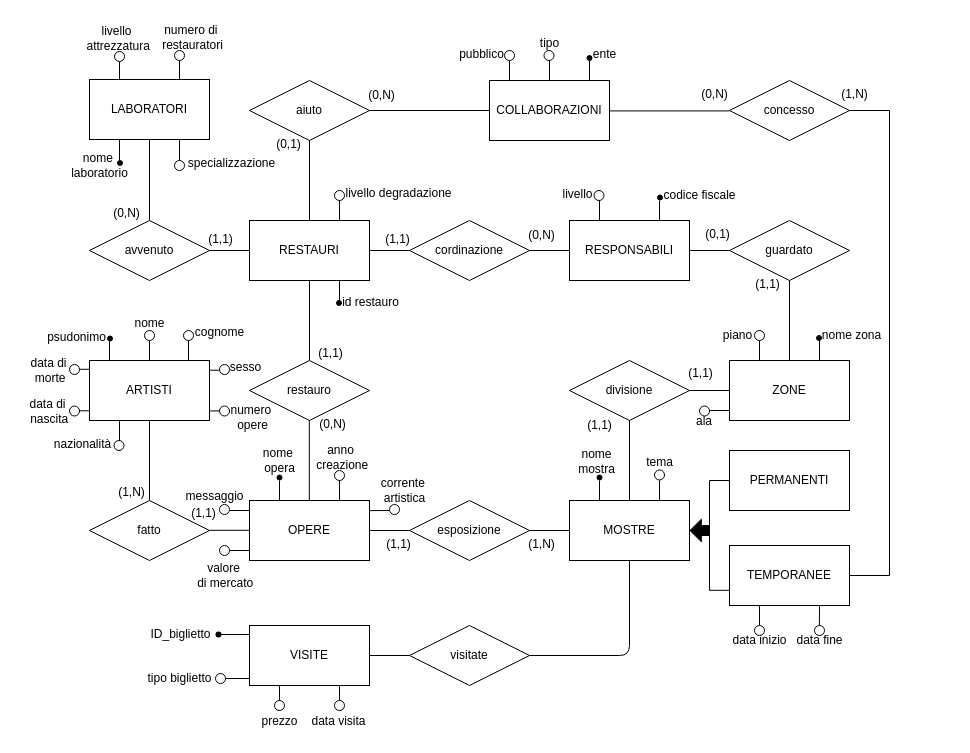
Above: doc/Museo.drawio in ColdBerri/Database-Unipd-2025 (draw.io), before the change. Source tidied: cells renumbered, new cells numbered last; positions are measured from the earlier drawing's top-left corner, leaving out a move shared by most shapes. Both pictures are drawn from the tidied source at 100%, with x=0, y=0 at pixel (17, 17).
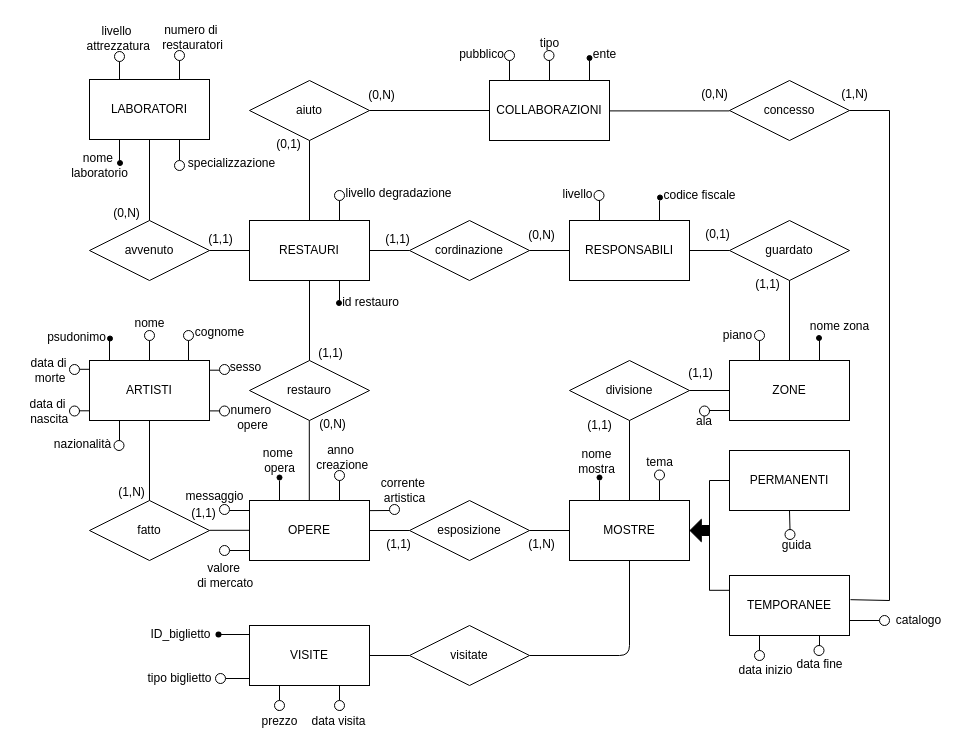
Above is the later version.

Diff of the diagram source:
```diff
@@
     <mxCell id="21" value="TEMPORANEE" style="rounded=0;whiteSpace=wrap;html=1;" parent="1" vertex="1">
-      <mxGeometry x="712" y="528" width="120" height="60" as="geometry" />
+      <mxGeometry x="712" y="558" width="120" height="60" as="geometry" />
     </mxCell>
@@
-    <mxCell id="52" style="endArrow=none;html=1;rounded=0;" parent="1" edge="1">
-      <mxGeometry relative="1" as="geometry">
-        <mxPoint x="832" y="558" as="sourcePoint" />
-        <mxPoint x="872" y="558" as="targetPoint" />
-      </mxGeometry>
-    </mxCell>
     <mxCell id="53" style="endArrow=none;html=1;rounded=0;" parent="1" edge="1">
       <mxGeometry relative="1" as="geometry">
-        <mxPoint x="872" y="558" as="sourcePoint" />
+        <mxPoint x="872" y="583" as="sourcePoint" />
         <mxPoint x="872" y="93" as="targetPoint" />
       </mxGeometry>
     </mxCell>
@@
     <mxCell id="57" value="nome zona" style="text;html=1;align=center;verticalAlign=middle;strokeColor=none;fillColor=none;" parent="1" vertex="1">
-      <mxGeometry x="794" y="303" width="80" height="30" as="geometry" />
+      <mxGeometry x="782" y="293.5" width="80" height="30" as="geometry" />
     </mxCell>
@@
     <mxCell id="59" value="data inizio" style="text;html=1;align=center;verticalAlign=middle;strokeColor=none;fillColor=none;" parent="1" vertex="1">
-      <mxGeometry x="702" y="608" width="80" height="30" as="geometry" />
+      <mxGeometry x="708" y="638" width="80" height="30" as="geometry" />
     </mxCell>
     <mxCell id="60" value="data fine" style="text;html=1;align=center;verticalAlign=middle;strokeColor=none;fillColor=none;" parent="1" vertex="1">
-      <mxGeometry x="767" y="608" width="70" height="30" as="geometry" />
+      <mxGeometry x="766.5" y="632" width="70" height="30" as="geometry" />
     </mxCell>
@@
-    <mxCell id="89" style="endArrow=none;html=1;rounded=0;" parent="1" edge="1">
+    <mxCell id="89" style="endArrow=none;html=1;rounded=0;entryX=0.25;entryY=1;entryDx=0;entryDy=0;" parent="1" edge="1" target="21">
       <mxGeometry relative="1" as="geometry">
-        <mxPoint x="742" y="608" as="sourcePoint" />
-        <mxPoint x="742" y="588" as="targetPoint" />
+        <mxPoint x="742" y="633" as="sourcePoint" />
       </mxGeometry>
     </mxCell>
     <mxCell id="90" style="endArrow=none;html=1;rounded=0;entryX=0.75;entryY=1;entryDx=0;entryDy=0;" parent="1" edge="1" target="21">
       <mxGeometry relative="1" as="geometry">
-        <mxPoint x="801.9" y="608" as="sourcePoint" />
+        <mxPoint x="802" y="633" as="sourcePoint" />
       </mxGeometry>
     </mxCell>
     <mxCell id="91" style="ellipse;whiteSpace=wrap;html=1;" parent="1" vertex="1">
-      <mxGeometry x="737" y="608" width="10" height="10" as="geometry" />
+      <mxGeometry x="737" y="633" width="10" height="10" as="geometry" />
     </mxCell>
-    <mxCell id="92" style="ellipse;whiteSpace=wrap;html=1;" parent="1" vertex="1">
-      <mxGeometry x="797" y="608" width="10" height="10" as="geometry" />
-    </mxCell>
@@
+    <mxCell id="175" style="endArrow=none;html=1;exitX=1.008;exitY=0.403;exitDx=0;exitDy=0;exitPerimeter=0;" parent="1" edge="1" source="21">
+      <mxGeometry relative="1" as="geometry">
+        <mxPoint x="872" y="583" as="targetPoint" />
+      </mxGeometry>
+    </mxCell>
+    <mxCell id="176" style="ellipse;whiteSpace=wrap;html=1;" parent="1" vertex="1">
+      <mxGeometry x="796.5" y="628" width="10" height="10" as="geometry" />
+    </mxCell>
+    <mxCell id="177" style="endArrow=none;html=1;exitX=1;exitY=0.75;exitDx=0;exitDy=0;startArrow=none;" parent="1" edge="1" source="179">
+      <mxGeometry relative="1" as="geometry">
+        <mxPoint x="862" y="603" as="targetPoint" />
+      </mxGeometry>
+    </mxCell>
+    <mxCell id="178" style="endArrow=none;html=1;exitX=1;exitY=0.75;exitDx=0;exitDy=0;" parent="1" edge="1" source="21" target="179">
+      <mxGeometry relative="1" as="geometry" />
+    </mxCell>
+    <mxCell id="179" style="ellipse;whiteSpace=wrap;html=1;" parent="1" vertex="1">
+      <mxGeometry x="862" y="598" width="10" height="10" as="geometry" />
+    </mxCell>
+    <mxCell id="180" value="catalogo" style="text;html=1;align=center;verticalAlign=middle;strokeColor=none;fillColor=none;" parent="1" vertex="1">
+      <mxGeometry x="866" y="588" width="70" height="30" as="geometry" />
+    </mxCell>
+    <mxCell id="181" style="endArrow=none;html=1;startArrow=none;" parent="1" edge="1" source="183">
+      <mxGeometry relative="1" as="geometry">
+        <mxPoint x="772" y="493" as="targetPoint" />
+      </mxGeometry>
+    </mxCell>
+    <mxCell id="182" style="endArrow=none;html=1;" parent="1" edge="1" target="183">
+      <mxGeometry relative="1" as="geometry">
+        <mxPoint x="772" y="513" as="sourcePoint" />
+      </mxGeometry>
+    </mxCell>
+    <mxCell id="183" style="ellipse;whiteSpace=wrap;html=1;" parent="1" vertex="1">
+      <mxGeometry x="767.5" y="512" width="10" height="10" as="geometry" />
+    </mxCell>
+    <mxCell id="184" value="guida" style="text;html=1;align=center;verticalAlign=middle;strokeColor=none;fillColor=none;" parent="1" vertex="1">
+      <mxGeometry x="754" y="513" width="50" height="30" as="geometry" />
+    </mxCell>
```
